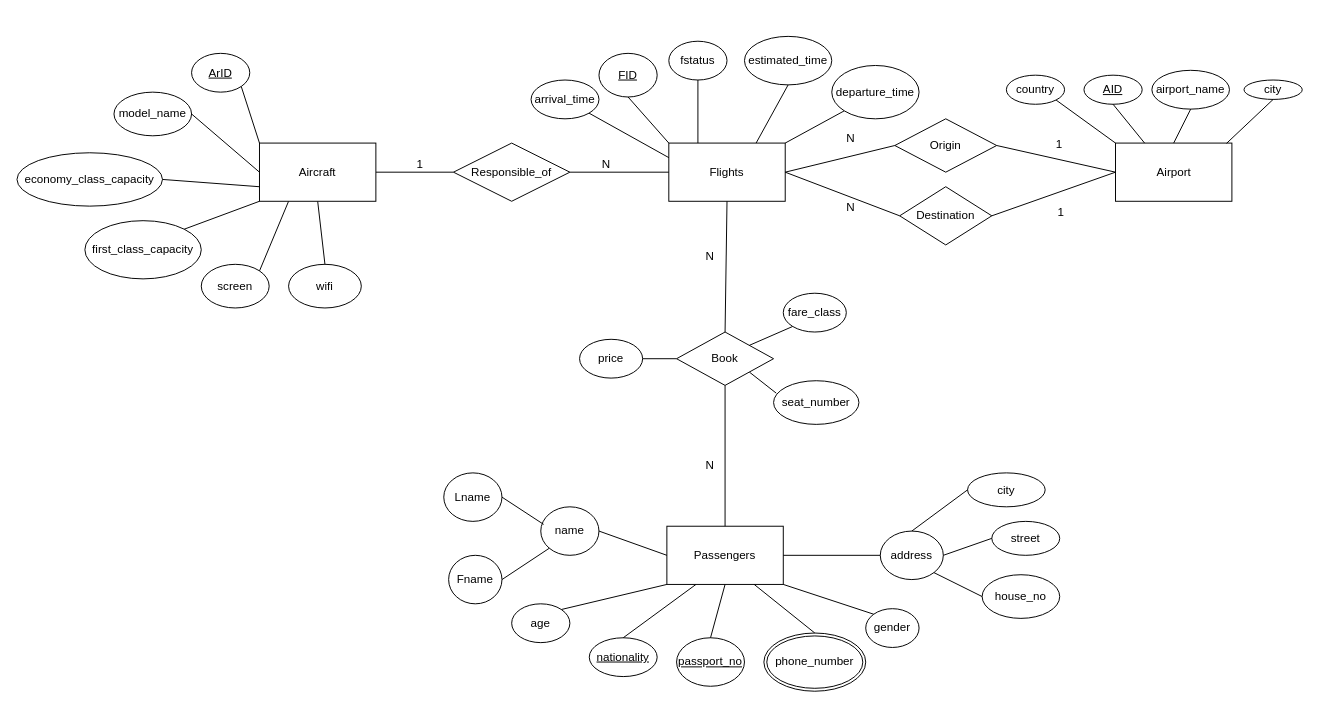
Earlier version of the draw.io diagram page "ER-diagram" (1 of 8) of Airport-DBMS.drawio (AbdullahKhkmba/Airport-DBMS). Source tidied: cells renumbered, new cells numbered last; positions are measured from the earlier drawing's top-left corner, leaving out a move shared by most shapes. Both pictures are drawn from the tidied source at 97%, with x=0, y=0 at pixel (16, 36).
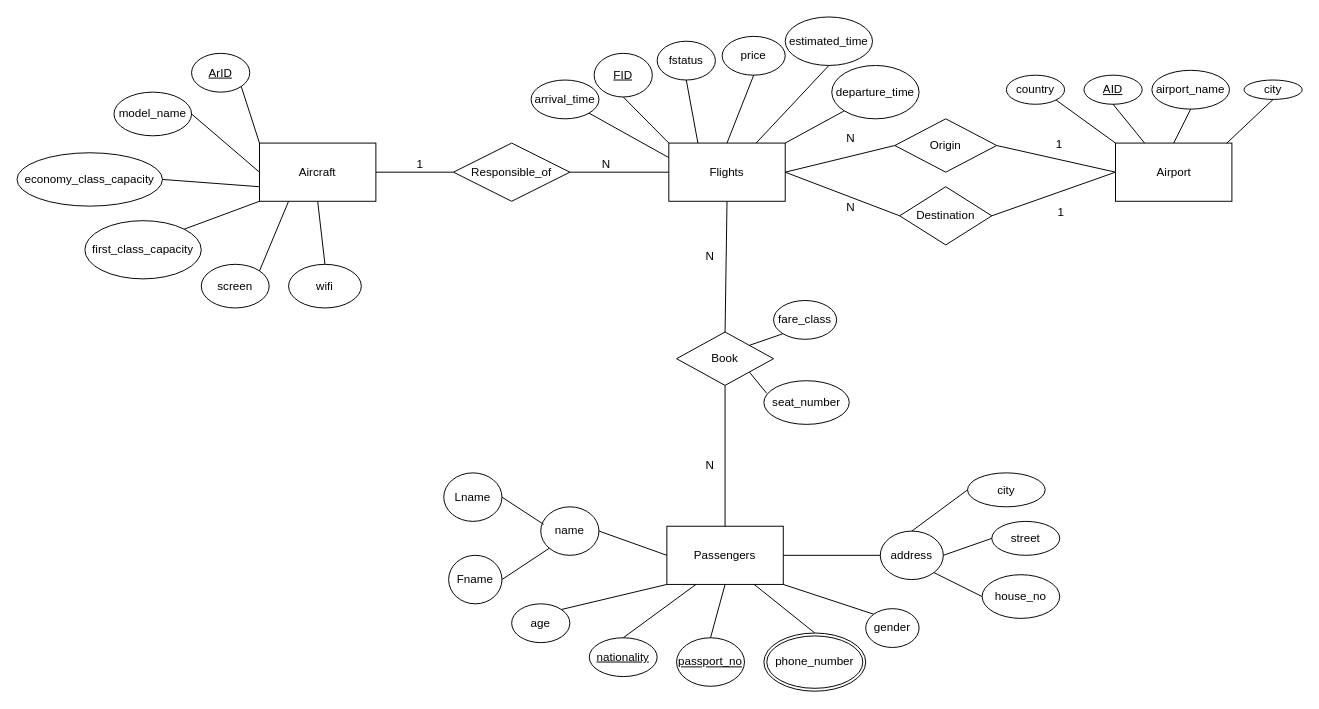
The same diagram, later.

The change refers to these unchanged cells:
```xml
<mxCell id="4" value="Flights" style="whiteSpace=wrap;html=1;" parent="1" vertex="1">
  <mxGeometry x="672" y="110" width="120" height="60" as="geometry" />
</mxCell>
<mxCell id="50" value="Book" style="shape=rhombus;perimeter=rhombusPerimeter;whiteSpace=wrap;html=1;align=center;" parent="1" vertex="1">
  <mxGeometry x="680" y="304.8" width="100" height="55" as="geometry" />
</mxCell>
```

Change to the diagram source:
```diff
@@
     <mxCell id="13" value="fstatus" style="ellipse;whiteSpace=wrap;html=1;align=center;" parent="1" vertex="1">
-      <mxGeometry x="672" y="5" width="60" height="40" as="geometry" />
+      <mxGeometry x="660" y="5" width="60" height="40" as="geometry" />
     </mxCell>
@@
     <mxCell id="16" value="FID" style="ellipse;whiteSpace=wrap;html=1;align=center;fontStyle=4;" parent="1" vertex="1">
-      <mxGeometry x="600" y="17.5" width="60" height="45" as="geometry" />
+      <mxGeometry x="595" y="17.5" width="60" height="45" as="geometry" />
     </mxCell>
@@
     <mxCell id="25" value="price" style="ellipse;whiteSpace=wrap;html=1;align=center;" parent="1" vertex="1">
-      <mxGeometry x="580" y="312.3" width="65" height="40" as="geometry" />
+      <mxGeometry x="727" width="65" height="40" as="geometry" />
     </mxCell>
     <mxCell id="26" value="seat_number" style="ellipse;whiteSpace=wrap;html=1;align=center;" parent="1" vertex="1">
-      <mxGeometry x="780" y="355" width="88" height="45" as="geometry" />
+      <mxGeometry x="770" y="355" width="88" height="45" as="geometry" />
     </mxCell>
     <mxCell id="27" value="fare_class" style="ellipse;whiteSpace=wrap;html=1;align=center;" parent="1" vertex="1">
-      <mxGeometry x="790" y="264.8" width="65" height="40" as="geometry" />
+      <mxGeometry x="780" y="272.3" width="65" height="40" as="geometry" />
     </mxCell>
-    <mxCell id="28" style="endArrow=none;html=1;rounded=0;exitX=0;exitY=0.5;exitDx=0;exitDy=0;entryX=1;entryY=0.5;entryDx=0;entryDy=0;" parent="1" edge="1" source="50" target="25">
+    <mxCell id="28" style="endArrow=none;html=1;rounded=0;exitX=0.5;exitY=0;exitDx=0;exitDy=0;entryX=0.5;entryY=1;entryDx=0;entryDy=0;" parent="1" edge="1" source="4" target="25">
       <mxGeometry relative="1" as="geometry" />
     </mxCell>
@@
     <mxCell id="73" value="estimated_time" style="ellipse;whiteSpace=wrap;html=1;align=center;" parent="1" vertex="1">
-      <mxGeometry x="750" width="90" height="50" as="geometry" />
+      <mxGeometry x="792" y="-20" width="90" height="50" as="geometry" />
     </mxCell>
```
